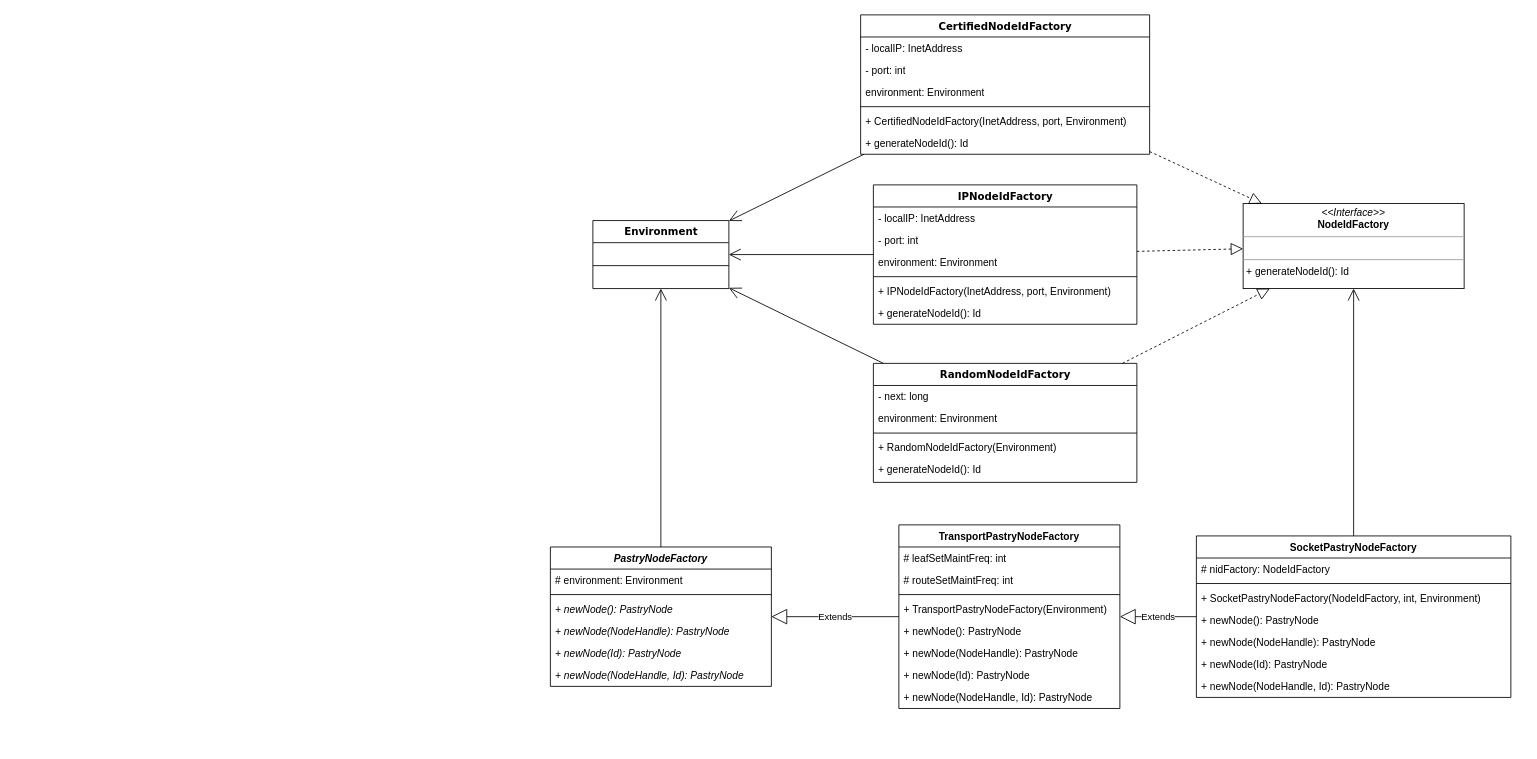
Above: Untitled Diagram.drawio in OneOverThree/PastryTest (draw.io), before the change. Source tidied: cells renumbered, new cells numbered last; positions are measured from the earlier drawing's top-left corner, leaving out a move shared by most shapes. Both pictures are drawn from the tidied source at 85%, with x=0, y=0 at pixel (550, 14).
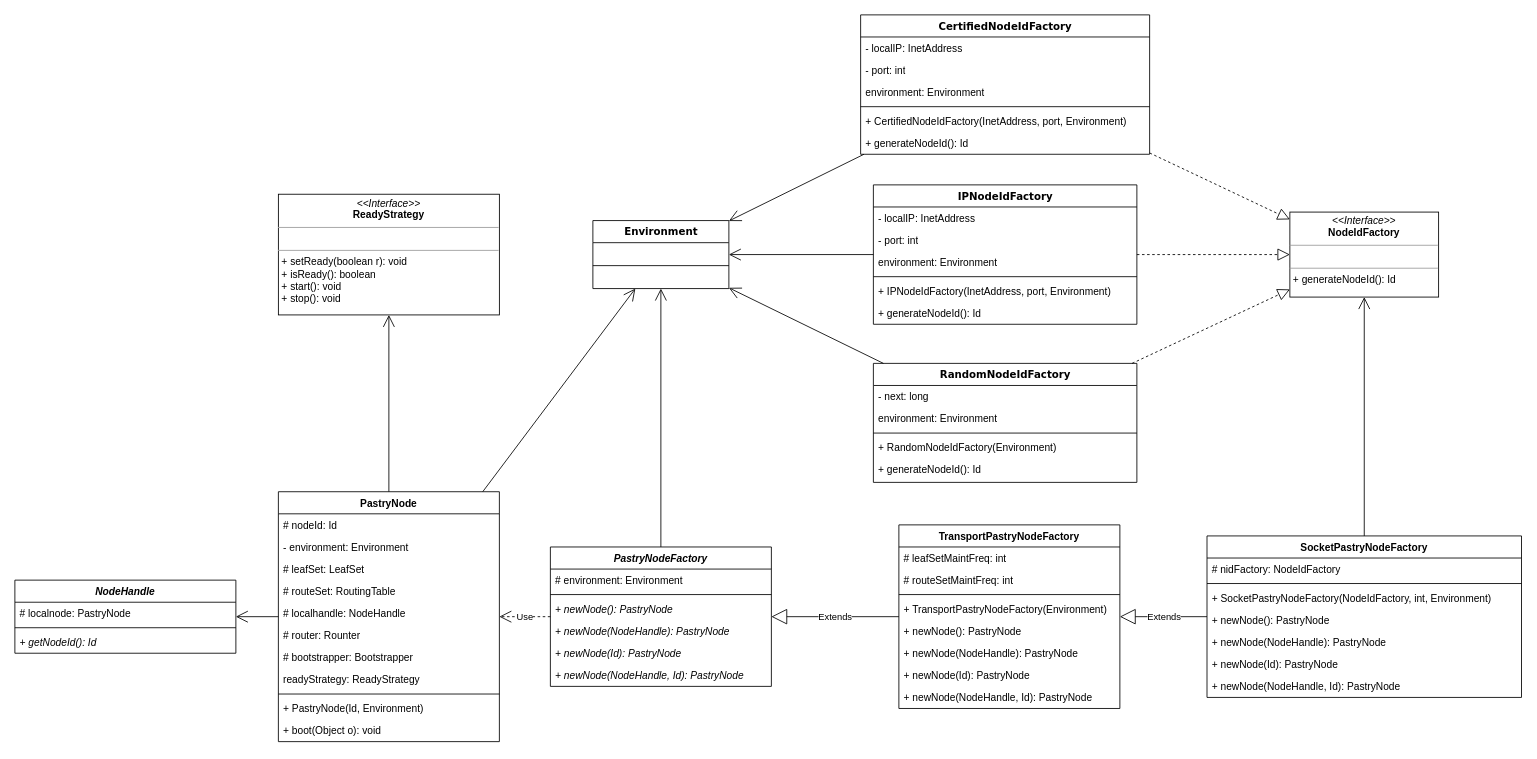
The same page after the edit.

Unchanged cells that the change refers to:
```xml
<mxCell id="10" value="Environment" style="swimlane;html=1;fontStyle=1;align=center;verticalAlign=top;horizontal=1;startSize=26;swimlaneFillColor=#ffffff;rounded=0;shadow=0;comic=0;labelBackgroundColor=none;strokeWidth=1;fillColor=none;fontFamily=Verdana;fontSize=12;" parent="1" vertex="1">
  <mxGeometry x="50" y="242" width="160" height="80" as="geometry" />
</mxCell>
<mxCell id="13" value="PastryNodeFactory" style="swimlane;fontStyle=3;align=center;verticalAlign=top;horizontal=1;startSize=26;" parent="1" vertex="1">
  <mxGeometry y="626" width="260" height="164" as="geometry" />
</mxCell>
```

What changed in the source:
```diff
@@
     <mxCell id="8" value="&lt;p style=&quot;margin:0px;margin-top:4px;text-align:center;&quot;&gt;&lt;i&gt;&amp;lt;&amp;lt;Interface&amp;gt;&amp;gt;&lt;/i&gt;&lt;br&gt;&lt;b&gt;NodeIdFactory&lt;/b&gt;&lt;br&gt;&lt;/p&gt;&lt;hr size=&quot;1&quot;&gt;&lt;p style=&quot;margin:0px;margin-left:4px;&quot;&gt;&lt;br&gt;&lt;/p&gt;&lt;hr size=&quot;1&quot;&gt;&lt;p style=&quot;margin:0px;margin-left:4px;&quot;&gt;+ generateNodeId(): Id&lt;br&gt;&lt;/p&gt;" style="verticalAlign=top;align=left;overflow=fill;fontSize=12;fontFamily=Helvetica;html=1;rounded=0;shadow=0;comic=0;labelBackgroundColor=none;strokeWidth=1;" parent="1" vertex="1">
-      <mxGeometry x="815" y="222" width="260" height="100" as="geometry" />
+      <mxGeometry x="870" y="232" width="175" height="100" as="geometry" />
     </mxCell>
@@
     <mxCell id="20" value="SocketPastryNodeFactory" style="swimlane;fontStyle=1;align=center;verticalAlign=top;horizontal=1;startSize=26;" parent="1" vertex="1">
-      <mxGeometry x="760" y="613" width="370" height="190" as="geometry" />
+      <mxGeometry x="772.5" y="613" width="370" height="190" as="geometry" />
     </mxCell>
@@
+    <mxCell id="59" value="PastryNode" style="swimlane;fontStyle=1;align=center;verticalAlign=top;horizontal=1;startSize=26;" parent="1" vertex="1">
+      <mxGeometry x="-320" y="561" width="260" height="294" as="geometry" />
+    </mxCell>
+    <mxCell id="60" value="# nodeId: Id" style="text;strokeColor=none;fillColor=none;align=left;verticalAlign=top;spacingLeft=4;spacingRight=4;overflow=hidden;" parent="59" vertex="1">
+      <mxGeometry y="26" width="260" height="26" as="geometry" />
+    </mxCell>
+    <mxCell id="61" value="- environment: Environment" style="text;strokeColor=none;fillColor=none;align=left;verticalAlign=top;spacingLeft=4;spacingRight=4;overflow=hidden;" parent="59" vertex="1">
+      <mxGeometry y="52" width="260" height="26" as="geometry" />
+    </mxCell>
+    <mxCell id="62" value="# leafSet: LeafSet" style="text;strokeColor=none;fillColor=none;align=left;verticalAlign=top;spacingLeft=4;spacingRight=4;overflow=hidden;" parent="59" vertex="1">
+      <mxGeometry y="78" width="260" height="26" as="geometry" />
+    </mxCell>
+    <mxCell id="63" value="# routeSet: RoutingTable" style="text;strokeColor=none;fillColor=none;align=left;verticalAlign=top;spacingLeft=4;spacingRight=4;overflow=hidden;" parent="59" vertex="1">
+      <mxGeometry y="104" width="260" height="26" as="geometry" />
+    </mxCell>
+    <mxCell id="64" value="# localhandle: NodeHandle" style="text;strokeColor=none;fillColor=none;align=left;verticalAlign=top;spacingLeft=4;spacingRight=4;overflow=hidden;" parent="59" vertex="1">
+      <mxGeometry y="130" width="260" height="26" as="geometry" />
+    </mxCell>
+    <mxCell id="65" value="# router: Rounter" style="text;strokeColor=none;fillColor=none;align=left;verticalAlign=top;spacingLeft=4;spacingRight=4;overflow=hidden;" parent="59" vertex="1">
+      <mxGeometry y="156" width="260" height="26" as="geometry" />
+    </mxCell>
+    <mxCell id="66" value="# bootstrapper: Bootstrapper" style="text;strokeColor=none;fillColor=none;align=left;verticalAlign=top;spacingLeft=4;spacingRight=4;overflow=hidden;" parent="59" vertex="1">
+      <mxGeometry y="182" width="260" height="26" as="geometry" />
+    </mxCell>
+    <mxCell id="67" value="readyStrategy: ReadyStrategy" style="text;strokeColor=none;fillColor=none;align=left;verticalAlign=top;spacingLeft=4;spacingRight=4;overflow=hidden;" parent="59" vertex="1">
+      <mxGeometry y="208" width="260" height="26" as="geometry" />
+    </mxCell>
+    <mxCell id="68" style="line;strokeWidth=1;fillColor=none;align=left;verticalAlign=middle;spacingTop=-1;spacingLeft=3;spacingRight=3;labelPosition=right;strokeColor=inherit;" parent="59" vertex="1">
+      <mxGeometry y="234" width="260" height="8" as="geometry" />
+    </mxCell>
+    <mxCell id="69" value="+ PastryNode(Id, Environment)" style="text;strokeColor=none;fillColor=none;align=left;verticalAlign=top;spacingLeft=4;spacingRight=4;overflow=hidden;fontStyle=0;" parent="59" vertex="1">
+      <mxGeometry y="242" width="260" height="26" as="geometry" />
+    </mxCell>
+    <mxCell id="70" value="+ boot(Object o): void " style="text;strokeColor=none;fillColor=none;align=left;verticalAlign=top;spacingLeft=4;spacingRight=4;overflow=hidden;fontStyle=0;" parent="59" vertex="1">
+      <mxGeometry y="268" width="260" height="26" as="geometry" />
+    </mxCell>
+    <mxCell id="71" value="Use" style="endArrow=open;endSize=12;dashed=1;html=1;rounded=0;" parent="1" edge="1" source="13" target="59">
+      <mxGeometry relative="1" as="geometry" />
+    </mxCell>
+    <mxCell id="72" style="endArrow=open;endFill=1;endSize=12;html=1;rounded=0;" parent="1" edge="1" source="59" target="10">
+      <mxGeometry relative="1" as="geometry" />
+    </mxCell>
+    <mxCell id="73" value="&lt;p style=&quot;margin:0px;margin-top:4px;text-align:center;&quot;&gt;&lt;i&gt;&amp;lt;&amp;lt;Interface&amp;gt;&amp;gt;&lt;/i&gt;&lt;br&gt;&lt;b&gt;ReadyStrategy&lt;/b&gt;&lt;/p&gt;&lt;hr size=&quot;1&quot;&gt;&lt;p style=&quot;margin:0px;margin-left:4px;&quot;&gt;&lt;br&gt;&lt;/p&gt;&lt;hr size=&quot;1&quot;&gt;&lt;p style=&quot;margin:0px;margin-left:4px;&quot;&gt;+ setReady(boolean r): void&lt;/p&gt;&lt;p style=&quot;margin:0px;margin-left:4px;&quot;&gt;+ isReady(): boolean&lt;br&gt;&lt;/p&gt;&lt;p style=&quot;margin:0px;margin-left:4px;&quot;&gt;+ start(): void&lt;/p&gt;&lt;p style=&quot;margin:0px;margin-left:4px;&quot;&gt;+ stop(): void&lt;/p&gt;" style="verticalAlign=top;align=left;overflow=fill;fontSize=12;fontFamily=Helvetica;html=1;rounded=0;shadow=0;comic=0;labelBackgroundColor=none;strokeWidth=1;" parent="1" vertex="1">
+      <mxGeometry x="-320" y="211" width="260" height="142" as="geometry" />
+    </mxCell>
+    <mxCell id="74" style="endArrow=open;endFill=1;endSize=12;html=1;rounded=0;" parent="1" edge="1" source="59" target="73">
+      <mxGeometry relative="1" as="geometry" />
+    </mxCell>
+    <mxCell id="75" value="NodeHandle" style="swimlane;fontStyle=3;align=center;verticalAlign=top;horizontal=1;startSize=26;" parent="1" vertex="1">
+      <mxGeometry x="-630" y="665" width="260" height="86" as="geometry" />
+    </mxCell>
+    <mxCell id="76" value="# localnode: PastryNode" style="text;strokeColor=none;fillColor=none;align=left;verticalAlign=top;spacingLeft=4;spacingRight=4;overflow=hidden;" parent="75" vertex="1">
+      <mxGeometry y="26" width="260" height="26" as="geometry" />
+    </mxCell>
+    <mxCell id="77" style="line;strokeWidth=1;fillColor=none;align=left;verticalAlign=middle;spacingTop=-1;spacingLeft=3;spacingRight=3;labelPosition=right;strokeColor=inherit;" parent="75" vertex="1">
+      <mxGeometry y="52" width="260" height="8" as="geometry" />
+    </mxCell>
+    <mxCell id="78" value="+ getNodeId(): Id" style="text;strokeColor=none;fillColor=none;align=left;verticalAlign=top;spacingLeft=4;spacingRight=4;overflow=hidden;fontStyle=2;" parent="75" vertex="1">
+      <mxGeometry y="60" width="260" height="26" as="geometry" />
+    </mxCell>
+    <mxCell id="79" style="endArrow=open;endFill=1;endSize=12;html=1;rounded=0;" parent="1" edge="1" source="59" target="75">
+      <mxGeometry relative="1" as="geometry" />
+    </mxCell>
```
